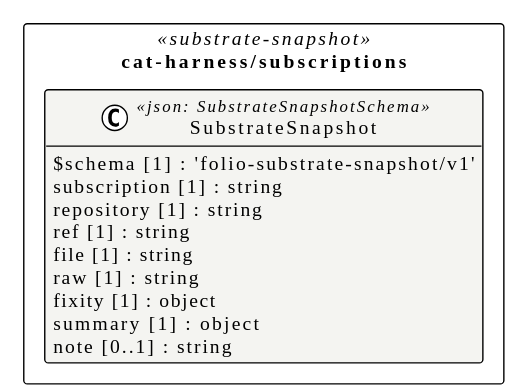
litlfred/smart-trust keeps this PlantUML diagram as assets/img/uml/overview/cat-harness/subscriptions.svg. Above is the earlier version.
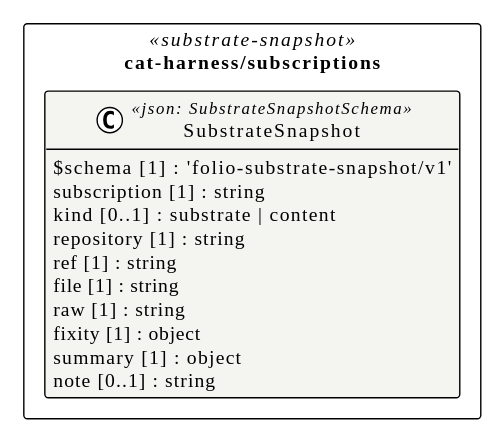
After the commit.

What changed in the source:
```diff
@@ -10,6 +10,7 @@
   class "SubstrateSnapshot" as cat_harness_subscriptions_SubstrateSnapshot <<json: SubstrateSnapshotSchema>> #f4f4f1 {
     $schema [1] : 'folio-substrate-snapshot/v1'
     subscription [1] : string
+    kind [0..1] : substrate | content
     repository [1] : string
     ref [1] : string
     file [1] : string
```
